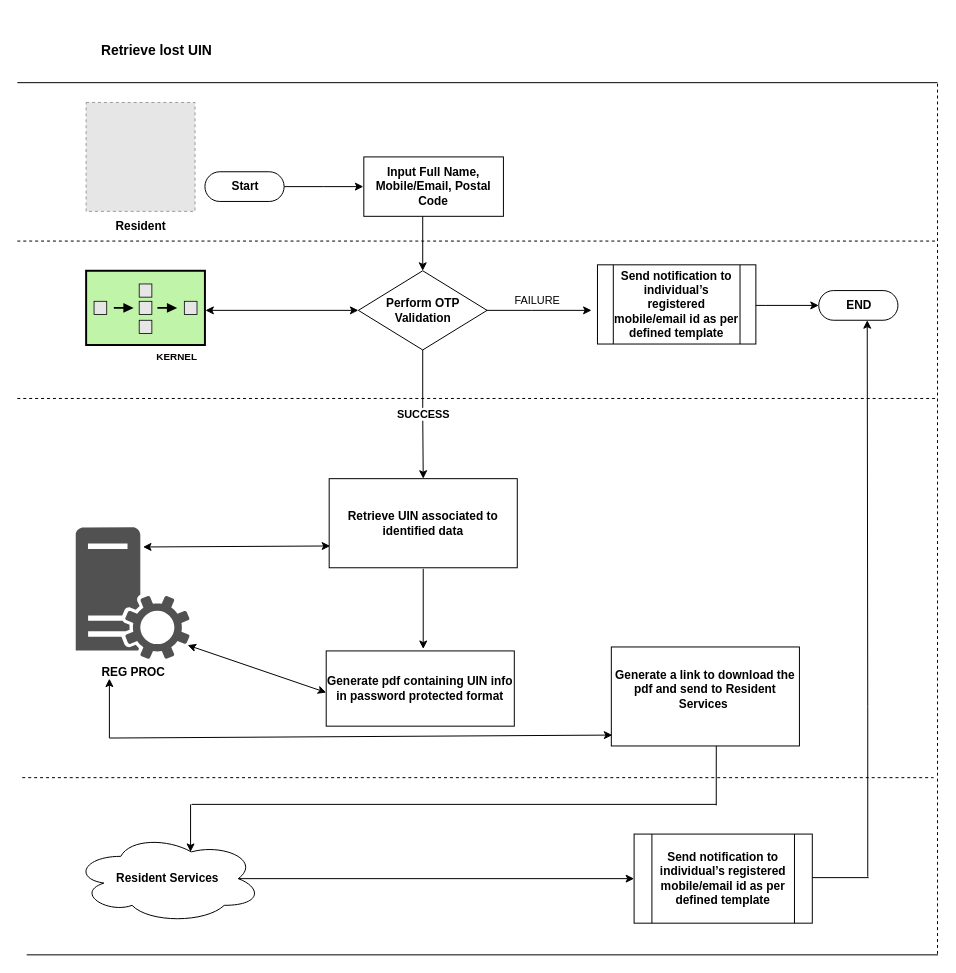
ssenmosip/mosip-temp-documentation keeps this draw.io diagram as page "MOS-23858" (5 of 12) of _files/requirements/final_process_flows/Resident Service.drawio. Above is the earlier version. Source tidied: cells renumbered, new cells numbered last; positions are measured from the earlier drawing's top-left corner, leaving out a move shared by most shapes. Both pictures are drawn from the tidied source at 99%, with x=0, y=0 at pixel (17, 17). Pictures stored in the file or linked from it are replaced by grey dashed boxes.
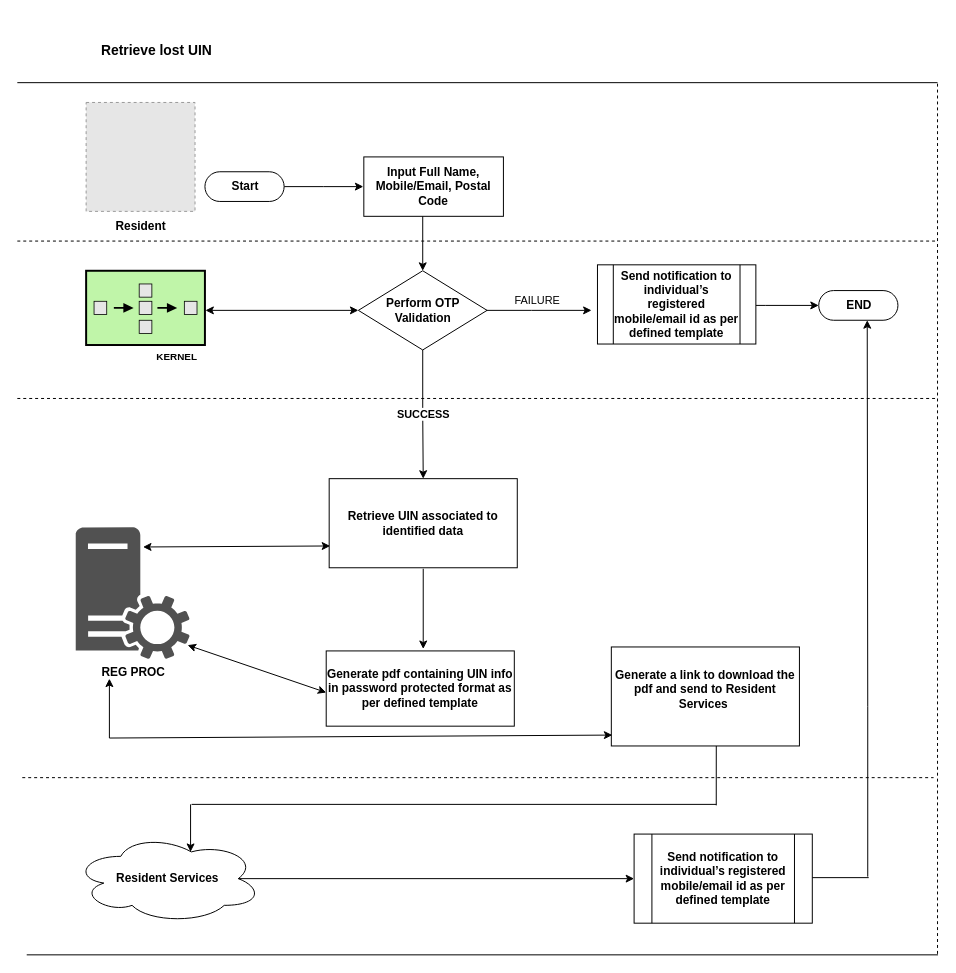
Above is the later version.

What changed in the source:
```diff
@@
-    <mxCell id="25" value="&lt;b&gt;Generate pdf containing UIN info in password protected format&lt;br&gt;&lt;/b&gt;" style="rounded=0;whiteSpace=wrap;html=1;" parent="1" vertex="1">
+    <mxCell id="25" value="&lt;b&gt;Generate pdf containing UIN info in password protected format as per defined template&lt;br&gt;&lt;/b&gt;" style="rounded=0;whiteSpace=wrap;html=1;" parent="1" vertex="1">
       <mxGeometry x="312" y="640" width="190" height="76" as="geometry" />
     </mxCell>
```
